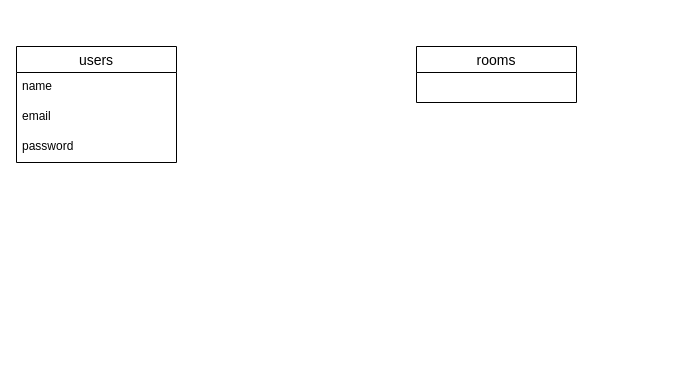
Above: Er.dio in yoheitm/group_task-app (draw.io), before the change. Source tidied: cells renumbered, new cells numbered last; positions are measured from the earlier drawing's top-left corner, leaving out a move shared by most shapes. Both pictures are drawn from the tidied source at 100%, with x=0, y=0 at pixel (16, 46).
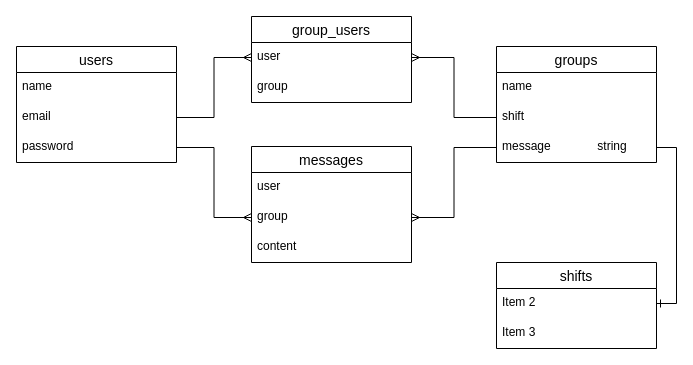
The same diagram, later.

Commit message (it also covers changes not shown here):
テーブル設計

Unchanged cells that the change refers to:
```xml
<mxCell id="4" value="email" style="text;strokeColor=none;fillColor=none;spacingLeft=4;spacingRight=4;overflow=hidden;points=[[0,0.5],[1,0.5]];portConstraint=eastwest;fontSize=12;" parent="2" vertex="1">
  <mxGeometry y="56" width="160" height="30" as="geometry" />
</mxCell>
<mxCell id="5" value="password" style="text;strokeColor=none;fillColor=none;spacingLeft=4;spacingRight=4;overflow=hidden;points=[[0,0.5],[1,0.5]];portConstraint=eastwest;fontSize=12;" parent="2" vertex="1">
  <mxGeometry y="86" width="160" height="30" as="geometry" />
</mxCell>
```

The edit, as a diff of the source:
```diff
@@
-    <mxCell id="6" value="rooms" style="swimlane;fontStyle=0;horizontal=1;startSize=26;align=center;fontSize=14;" parent="1" vertex="1">
-      <mxGeometry x="400" width="160" height="56" as="geometry" />
+    <mxCell id="6" value="groups" style="swimlane;fontStyle=0;horizontal=1;startSize=26;align=center;fontSize=14;" parent="1" vertex="1">
+      <mxGeometry x="480" width="160" height="116" as="geometry" />
     </mxCell>
+    <mxCell id="7" value="name" style="text;strokeColor=none;fillColor=none;spacingLeft=4;spacingRight=4;overflow=hidden;fontSize=12;" parent="6" vertex="1">
+      <mxGeometry y="26" width="160" height="30" as="geometry" />
+    </mxCell>
+    <mxCell id="8" value="shift                      " style="text;strokeColor=none;fillColor=none;spacingLeft=4;spacingRight=4;overflow=hidden;points=[[0,0.5],[1,0.5]];portConstraint=eastwest;fontSize=12;" parent="6" vertex="1">
+      <mxGeometry y="56" width="160" height="30" as="geometry" />
+    </mxCell>
+    <mxCell id="9" value="message              string" style="text;strokeColor=none;fillColor=none;spacingLeft=4;spacingRight=4;overflow=hidden;points=[[0,0.5],[1,0.5]];portConstraint=eastwest;fontSize=12;" parent="6" vertex="1">
+      <mxGeometry y="86" width="160" height="30" as="geometry" />
+    </mxCell>
+    <mxCell id="10" value="group_users" style="swimlane;fontStyle=0;horizontal=1;startSize=26;align=center;fontSize=14;" parent="1" vertex="1">
+      <mxGeometry x="235" y="-30" width="160" height="86" as="geometry" />
+    </mxCell>
+    <mxCell id="11" value="user" style="text;strokeColor=none;fillColor=none;spacingLeft=4;spacingRight=4;overflow=hidden;points=[[0,0.5],[1,0.5]];portConstraint=eastwest;fontSize=12;" parent="10" vertex="1">
+      <mxGeometry y="26" width="160" height="30" as="geometry" />
+    </mxCell>
+    <mxCell id="12" value="group" style="text;strokeColor=none;fillColor=none;spacingLeft=4;spacingRight=4;overflow=hidden;fontSize=12;" parent="10" vertex="1">
+      <mxGeometry y="56" width="160" height="30" as="geometry" />
+    </mxCell>
+    <mxCell id="13" value="messages" style="swimlane;fontStyle=0;horizontal=1;startSize=26;align=center;fontSize=14;" parent="1" vertex="1">
+      <mxGeometry x="235" y="100" width="160" height="116" as="geometry" />
+    </mxCell>
+    <mxCell id="14" value="user" style="text;strokeColor=none;fillColor=none;spacingLeft=4;spacingRight=4;overflow=hidden;fontSize=12;" parent="13" vertex="1">
+      <mxGeometry y="26" width="160" height="30" as="geometry" />
+    </mxCell>
+    <mxCell id="15" value="group" style="text;strokeColor=none;fillColor=none;spacingLeft=4;spacingRight=4;overflow=hidden;points=[[0,0.5],[1,0.5]];portConstraint=eastwest;fontSize=12;" parent="13" vertex="1">
+      <mxGeometry y="56" width="160" height="30" as="geometry" />
+    </mxCell>
+    <mxCell id="16" value="content" style="text;strokeColor=none;fillColor=none;spacingLeft=4;spacingRight=4;overflow=hidden;fontSize=12;" parent="13" vertex="1">
+      <mxGeometry y="86" width="160" height="30" as="geometry" />
+    </mxCell>
+    <mxCell id="17" style="edgeStyle=orthogonalEdgeStyle;rounded=0;jettySize=auto;html=1;exitX=0;exitY=0.5;exitDx=0;exitDy=0;entryX=1;entryY=0.5;entryDx=0;entryDy=0;endArrow=ERmany;endFill=0;" parent="1" edge="1" source="8" target="11">
+      <mxGeometry relative="1" as="geometry" />
+    </mxCell>
+    <mxCell id="18" style="edgeStyle=orthogonalEdgeStyle;rounded=0;jettySize=auto;html=1;entryX=0;entryY=0.5;entryDx=0;entryDy=0;endArrow=ERmany;endFill=0;" parent="1" edge="1" source="4" target="11">
+      <mxGeometry relative="1" as="geometry" />
+    </mxCell>
+    <mxCell id="19" style="edgeStyle=orthogonalEdgeStyle;rounded=0;jettySize=auto;html=1;entryX=0;entryY=0.5;entryDx=0;entryDy=0;endArrow=ERmany;endFill=0;" parent="1" edge="1" source="5" target="15">
+      <mxGeometry relative="1" as="geometry" />
+    </mxCell>
+    <mxCell id="20" style="edgeStyle=orthogonalEdgeStyle;rounded=0;jettySize=auto;html=1;entryX=1;entryY=0.5;entryDx=0;entryDy=0;endArrow=ERmany;endFill=0;" parent="1" edge="1" source="9" target="15">
+      <mxGeometry relative="1" as="geometry" />
+    </mxCell>
+    <mxCell id="21" value="shifts" style="swimlane;fontStyle=0;horizontal=1;startSize=26;align=center;fontSize=14;" parent="1" vertex="1">
+      <mxGeometry x="480" y="216" width="160" height="86" as="geometry" />
+    </mxCell>
+    <mxCell id="22" value="Item 2" style="text;strokeColor=none;fillColor=none;spacingLeft=4;spacingRight=4;overflow=hidden;points=[[0,0.5],[1,0.5]];portConstraint=eastwest;fontSize=12;" parent="21" vertex="1">
+      <mxGeometry y="26" width="160" height="30" as="geometry" />
+    </mxCell>
+    <mxCell id="23" value="Item 3" style="text;strokeColor=none;fillColor=none;spacingLeft=4;spacingRight=4;overflow=hidden;fontSize=12;" parent="21" vertex="1">
+      <mxGeometry y="56" width="160" height="30" as="geometry" />
+    </mxCell>
+    <mxCell id="24" style="edgeStyle=orthogonalEdgeStyle;rounded=0;jettySize=auto;html=1;exitX=1;exitY=0.5;exitDx=0;exitDy=0;entryX=1;entryY=0.5;entryDx=0;entryDy=0;endArrow=ERone;endFill=0;" parent="1" edge="1" source="9" target="22">
+      <mxGeometry relative="1" as="geometry" />
+    </mxCell>
```
